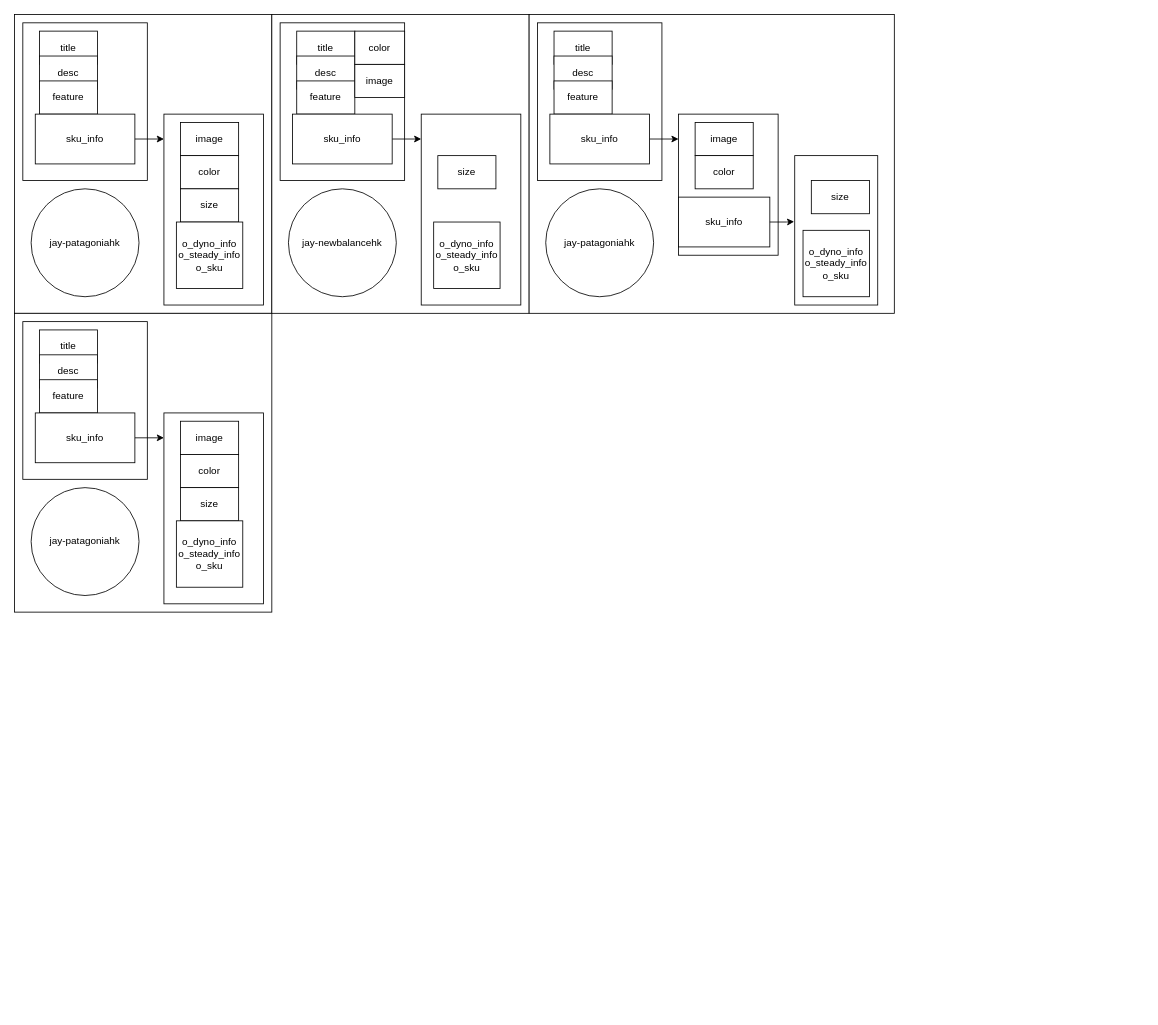
Above: process_custom自动装配树.drawio in MapleJourney/diagram (draw.io), before the change. Source tidied: cells renumbered, new cells numbered last; positions are measured from the earlier drawing's top-left corner, leaving out a move shared by most shapes. Both pictures are drawn from the tidied source at 83%, with x=0, y=0 at pixel (14, 14).
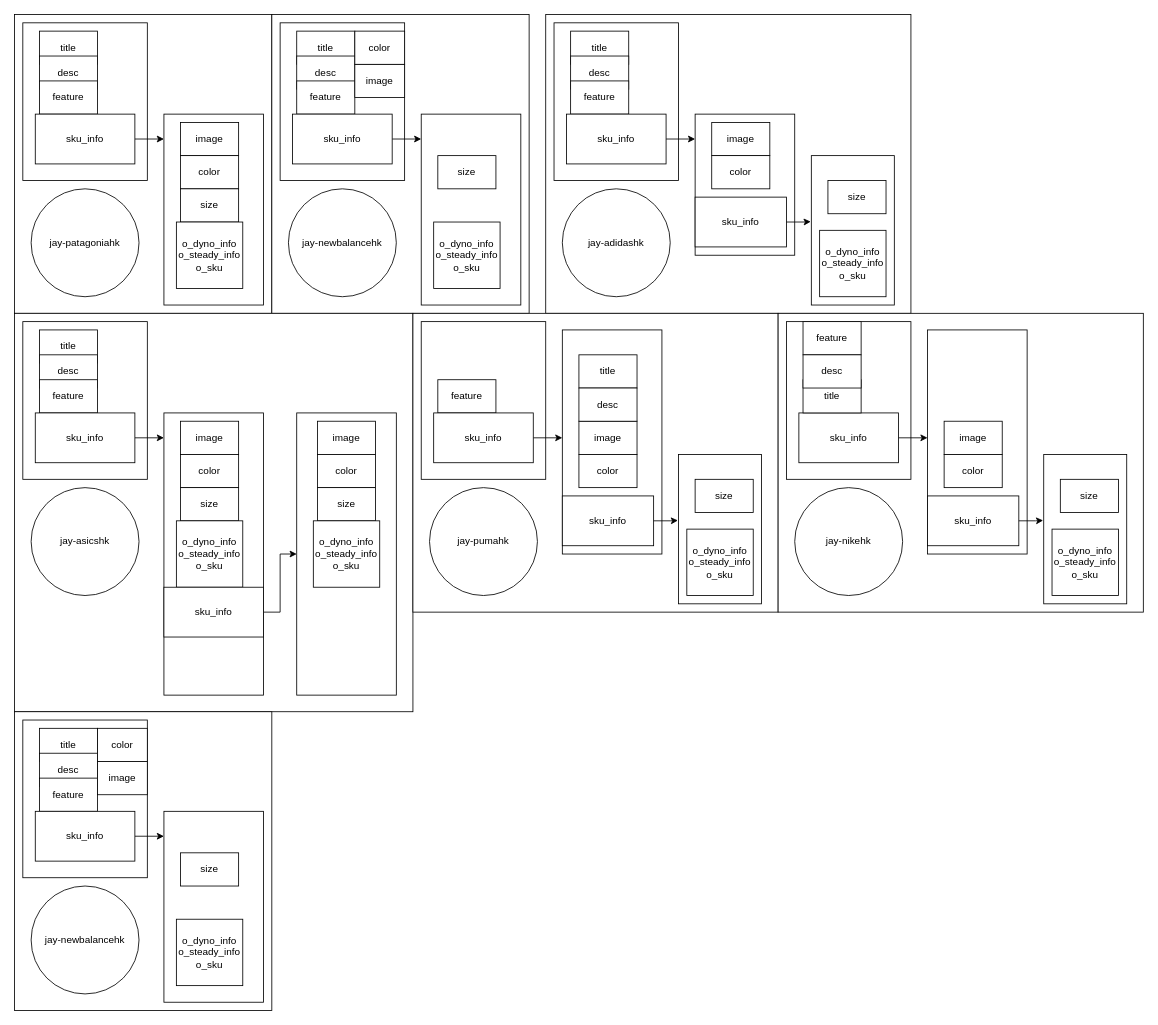
The same diagram, later.

Commit message (it also covers changes not shown here):
更新process_custom自动装配树.drawio

The edit, as a diff of the source:
```diff
@@
     <mxCell id="28" style="rounded=0;whiteSpace=wrap;html=1;" parent="1" vertex="1">
-      <mxGeometry x="620" width="440" height="360" as="geometry" />
+      <mxGeometry x="640" width="440" height="360" as="geometry" />
     </mxCell>
     <mxCell id="29" style="rounded=0;whiteSpace=wrap;html=1;" parent="1" vertex="1">
-      <mxGeometry x="630" y="10" width="150" height="190" as="geometry" />
+      <mxGeometry x="650" y="10" width="150" height="190" as="geometry" />
     </mxCell>
     <mxCell id="30" value="title" style="rounded=0;whiteSpace=wrap;html=1;" parent="1" vertex="1">
-      <mxGeometry x="650" y="20" width="70" height="40" as="geometry" />
+      <mxGeometry x="670" y="20" width="70" height="40" as="geometry" />
     </mxCell>
     <mxCell id="31" value="desc" style="rounded=0;whiteSpace=wrap;html=1;" parent="1" vertex="1">
-      <mxGeometry x="650" y="50" width="70" height="40" as="geometry" />
+      <mxGeometry x="670" y="50" width="70" height="40" as="geometry" />
     </mxCell>
     <mxCell id="32" value="feature" style="rounded=0;whiteSpace=wrap;html=1;" parent="1" vertex="1">
-      <mxGeometry x="650" y="80" width="70" height="40" as="geometry" />
+      <mxGeometry x="670" y="80" width="70" height="40" as="geometry" />
     </mxCell>
     <mxCell id="33" style="edgeStyle=orthogonalEdgeStyle;rounded=0;jettySize=auto;html=1;exitX=1;exitY=0.5;exitDx=0;exitDy=0;" parent="1" edge="1" source="34">
       <mxGeometry relative="1" as="geometry">
-        <mxPoint x="800" y="149.8" as="targetPoint" />
+        <mxPoint x="820" y="149.8" as="targetPoint" />
       </mxGeometry>
     </mxCell>
     <mxCell id="34" value="sku_info" style="rounded=0;whiteSpace=wrap;html=1;" parent="1" vertex="1">
-      <mxGeometry x="645" y="120" width="120" height="60" as="geometry" />
+      <mxGeometry x="665" y="120" width="120" height="60" as="geometry" />
     </mxCell>
     <mxCell id="35" style="rounded=0;whiteSpace=wrap;html=1;" parent="1" vertex="1">
-      <mxGeometry x="800" y="120" width="120" height="170" as="geometry" />
+      <mxGeometry x="820" y="120" width="120" height="170" as="geometry" />
     </mxCell>
     <mxCell id="36" value="image" style="rounded=0;whiteSpace=wrap;html=1;" parent="1" vertex="1">
-      <mxGeometry x="820" y="130" width="70" height="40" as="geometry" />
+      <mxGeometry x="840" y="130" width="70" height="40" as="geometry" />
     </mxCell>
     <mxCell id="37" value="color" style="rounded=0;whiteSpace=wrap;html=1;" parent="1" vertex="1">
-      <mxGeometry x="820" y="170" width="70" height="40" as="geometry" />
+      <mxGeometry x="840" y="170" width="70" height="40" as="geometry" />
     </mxCell>
-    <mxCell id="38" value="jay-patagoniahk" style="ellipse;whiteSpace=wrap;html=1;" parent="1" vertex="1">
-      <mxGeometry x="640" y="210" width="130" height="130" as="geometry" />
+    <mxCell id="38" value="jay-adidashk" style="ellipse;whiteSpace=wrap;html=1;" parent="1" vertex="1">
+      <mxGeometry x="660" y="210" width="130" height="130" as="geometry" />
     </mxCell>
     <mxCell id="39" style="rounded=0;whiteSpace=wrap;html=1;" parent="1" vertex="1">
-      <mxGeometry y="360" width="310" height="360" as="geometry" />
+      <mxGeometry y="360" width="480" height="480" as="geometry" />
     </mxCell>
@@
     <mxCell id="46" style="rounded=0;whiteSpace=wrap;html=1;" parent="1" vertex="1">
-      <mxGeometry x="180" y="480" width="120" height="230" as="geometry" />
+      <mxGeometry x="180" y="480" width="120" height="340" as="geometry" />
     </mxCell>
@@
     <mxCell id="49" style="rounded=0;whiteSpace=wrap;html=1;" parent="1" vertex="1">
-      <mxGeometry x="940" y="170" width="100" height="180" as="geometry" />
+      <mxGeometry x="960" y="170" width="100" height="180" as="geometry" />
     </mxCell>
@@
-    <mxCell id="52" value="jay-patagoniahk" style="ellipse;whiteSpace=wrap;html=1;" parent="1" vertex="1">
+    <mxCell id="52" value="jay-asicshk" style="ellipse;whiteSpace=wrap;html=1;" parent="1" vertex="1">
       <mxGeometry x="20" y="570" width="130" height="130" as="geometry" />
     </mxCell>
     <mxCell id="53" value="sku_info" style="rounded=0;whiteSpace=wrap;html=1;" parent="1" vertex="1">
-      <mxGeometry x="800" y="220" width="110" height="60" as="geometry" />
+      <mxGeometry x="820" y="220" width="110" height="60" as="geometry" />
     </mxCell>
     <mxCell id="54" value="size" style="rounded=0;whiteSpace=wrap;html=1;" parent="1" vertex="1">
-      <mxGeometry x="960" y="200" width="70" height="40" as="geometry" />
+      <mxGeometry x="980" y="200" width="70" height="40" as="geometry" />
     </mxCell>
     <mxCell id="55" value="o_dyno_info&lt;br&gt;o_steady_info&lt;br&gt;o_sku" style="rounded=0;whiteSpace=wrap;html=1;" parent="1" vertex="1">
-      <mxGeometry x="950" y="260" width="80" height="80" as="geometry" />
+      <mxGeometry x="970" y="260" width="80" height="80" as="geometry" />
     </mxCell>
@@
+    <mxCell id="57" style="edgeStyle=orthogonalEdgeStyle;rounded=0;jettySize=auto;html=1;" parent="1" edge="1" source="58" target="59">
+      <mxGeometry relative="1" as="geometry" />
+    </mxCell>
+    <mxCell id="58" value="sku_info" style="rounded=0;whiteSpace=wrap;html=1;" parent="1" vertex="1">
+      <mxGeometry x="180" y="690" width="120" height="60" as="geometry" />
+    </mxCell>
+    <mxCell id="59" style="rounded=0;whiteSpace=wrap;html=1;" parent="1" vertex="1">
+      <mxGeometry x="340" y="480" width="120" height="340" as="geometry" />
+    </mxCell>
+    <mxCell id="60" value="image" style="rounded=0;whiteSpace=wrap;html=1;" parent="1" vertex="1">
+      <mxGeometry x="365" y="490" width="70" height="40" as="geometry" />
+    </mxCell>
+    <mxCell id="61" value="color" style="rounded=0;whiteSpace=wrap;html=1;" parent="1" vertex="1">
+      <mxGeometry x="365" y="530" width="70" height="40" as="geometry" />
+    </mxCell>
+    <mxCell id="62" value="size" style="rounded=0;whiteSpace=wrap;html=1;" parent="1" vertex="1">
+      <mxGeometry x="365" y="570" width="70" height="40" as="geometry" />
+    </mxCell>
+    <mxCell id="63" value="o_dyno_info&lt;br&gt;o_steady_info&lt;br&gt;o_sku" style="rounded=0;whiteSpace=wrap;html=1;" parent="1" vertex="1">
+      <mxGeometry x="360" y="610" width="80" height="80" as="geometry" />
+    </mxCell>
+    <mxCell id="64" style="rounded=0;whiteSpace=wrap;html=1;" parent="1" vertex="1">
+      <mxGeometry x="480" y="360" width="440" height="360" as="geometry" />
+    </mxCell>
+    <mxCell id="65" style="rounded=0;whiteSpace=wrap;html=1;" parent="1" vertex="1">
+      <mxGeometry x="490" y="370" width="150" height="190" as="geometry" />
+    </mxCell>
+    <mxCell id="66" value="feature" style="rounded=0;whiteSpace=wrap;html=1;" parent="1" vertex="1">
+      <mxGeometry x="510" y="440" width="70" height="40" as="geometry" />
+    </mxCell>
+    <mxCell id="67" style="edgeStyle=orthogonalEdgeStyle;rounded=0;jettySize=auto;html=1;exitX=1;exitY=0.5;exitDx=0;exitDy=0;" parent="1" edge="1" source="68">
+      <mxGeometry relative="1" as="geometry">
+        <mxPoint x="660" y="509.8" as="targetPoint" />
+      </mxGeometry>
+    </mxCell>
+    <mxCell id="68" value="sku_info" style="rounded=0;whiteSpace=wrap;html=1;" parent="1" vertex="1">
+      <mxGeometry x="505" y="480" width="120" height="60" as="geometry" />
+    </mxCell>
+    <mxCell id="69" style="rounded=0;whiteSpace=wrap;html=1;" parent="1" vertex="1">
+      <mxGeometry x="660" y="380" width="120" height="270" as="geometry" />
+    </mxCell>
+    <mxCell id="70" value="image" style="rounded=0;whiteSpace=wrap;html=1;" parent="1" vertex="1">
+      <mxGeometry x="680" y="490" width="70" height="40" as="geometry" />
+    </mxCell>
+    <mxCell id="71" value="color" style="rounded=0;whiteSpace=wrap;html=1;" parent="1" vertex="1">
+      <mxGeometry x="680" y="530" width="70" height="40" as="geometry" />
+    </mxCell>
+    <mxCell id="72" value="jay-pumahk" style="ellipse;whiteSpace=wrap;html=1;" parent="1" vertex="1">
+      <mxGeometry x="500" y="570" width="130" height="130" as="geometry" />
+    </mxCell>
+    <mxCell id="73" style="rounded=0;whiteSpace=wrap;html=1;" parent="1" vertex="1">
+      <mxGeometry x="800" y="530" width="100" height="180" as="geometry" />
+    </mxCell>
+    <mxCell id="74" value="sku_info" style="rounded=0;whiteSpace=wrap;html=1;" parent="1" vertex="1">
+      <mxGeometry x="660" y="580" width="110" height="60" as="geometry" />
+    </mxCell>
+    <mxCell id="75" value="size" style="rounded=0;whiteSpace=wrap;html=1;" parent="1" vertex="1">
+      <mxGeometry x="820" y="560" width="70" height="40" as="geometry" />
+    </mxCell>
+    <mxCell id="76" value="o_dyno_info&lt;br&gt;o_steady_info&lt;br&gt;o_sku" style="rounded=0;whiteSpace=wrap;html=1;" parent="1" vertex="1">
+      <mxGeometry x="810" y="620" width="80" height="80" as="geometry" />
+    </mxCell>
+    <mxCell id="77" style="edgeStyle=orthogonalEdgeStyle;rounded=0;jettySize=auto;html=1;entryX=-0.007;entryY=0.442;entryDx=0;entryDy=0;entryPerimeter=0;" parent="1" edge="1" source="74" target="73">
+      <mxGeometry relative="1" as="geometry" />
+    </mxCell>
+    <mxCell id="78" value="title" style="rounded=0;whiteSpace=wrap;html=1;" parent="1" vertex="1">
+      <mxGeometry x="680" y="410" width="70" height="40" as="geometry" />
+    </mxCell>
+    <mxCell id="79" value="desc" style="rounded=0;whiteSpace=wrap;html=1;" parent="1" vertex="1">
+      <mxGeometry x="680" y="450" width="70" height="40" as="geometry" />
+    </mxCell>
+    <mxCell id="80" style="rounded=0;whiteSpace=wrap;html=1;" parent="1" vertex="1">
+      <mxGeometry x="920" y="360" width="440" height="360" as="geometry" />
+    </mxCell>
+    <mxCell id="81" style="rounded=0;whiteSpace=wrap;html=1;" parent="1" vertex="1">
+      <mxGeometry x="930" y="370" width="150" height="190" as="geometry" />
+    </mxCell>
+    <mxCell id="82" value="feature" style="rounded=0;whiteSpace=wrap;html=1;" parent="1" vertex="1">
+      <mxGeometry x="950" y="370" width="70" height="40" as="geometry" />
+    </mxCell>
+    <mxCell id="83" style="edgeStyle=orthogonalEdgeStyle;rounded=0;jettySize=auto;html=1;exitX=1;exitY=0.5;exitDx=0;exitDy=0;" parent="1" edge="1" source="84">
+      <mxGeometry relative="1" as="geometry">
+        <mxPoint x="1100" y="509.8" as="targetPoint" />
+      </mxGeometry>
+    </mxCell>
+    <mxCell id="84" value="sku_info" style="rounded=0;whiteSpace=wrap;html=1;" parent="1" vertex="1">
+      <mxGeometry x="945" y="480" width="120" height="60" as="geometry" />
+    </mxCell>
+    <mxCell id="85" style="rounded=0;whiteSpace=wrap;html=1;" parent="1" vertex="1">
+      <mxGeometry x="1100" y="380" width="120" height="270" as="geometry" />
+    </mxCell>
+    <mxCell id="86" value="image" style="rounded=0;whiteSpace=wrap;html=1;" parent="1" vertex="1">
+      <mxGeometry x="1120" y="490" width="70" height="40" as="geometry" />
+    </mxCell>
+    <mxCell id="87" value="color" style="rounded=0;whiteSpace=wrap;html=1;" parent="1" vertex="1">
+      <mxGeometry x="1120" y="530" width="70" height="40" as="geometry" />
+    </mxCell>
+    <mxCell id="88" value="jay-nikehk" style="ellipse;whiteSpace=wrap;html=1;" parent="1" vertex="1">
+      <mxGeometry x="940" y="570" width="130" height="130" as="geometry" />
+    </mxCell>
+    <mxCell id="89" style="rounded=0;whiteSpace=wrap;html=1;" parent="1" vertex="1">
+      <mxGeometry x="1240" y="530" width="100" height="180" as="geometry" />
+    </mxCell>
+    <mxCell id="90" value="sku_info" style="rounded=0;whiteSpace=wrap;html=1;" parent="1" vertex="1">
+      <mxGeometry x="1100" y="580" width="110" height="60" as="geometry" />
+    </mxCell>
+    <mxCell id="91" value="size" style="rounded=0;whiteSpace=wrap;html=1;" parent="1" vertex="1">
+      <mxGeometry x="1260" y="560" width="70" height="40" as="geometry" />
+    </mxCell>
+    <mxCell id="92" value="o_dyno_info&lt;br&gt;o_steady_info&lt;br&gt;o_sku" style="rounded=0;whiteSpace=wrap;html=1;" parent="1" vertex="1">
+      <mxGeometry x="1250" y="620" width="80" height="80" as="geometry" />
+    </mxCell>
+    <mxCell id="93" style="edgeStyle=orthogonalEdgeStyle;rounded=0;jettySize=auto;html=1;entryX=-0.007;entryY=0.442;entryDx=0;entryDy=0;entryPerimeter=0;" parent="1" edge="1" source="90" target="89">
+      <mxGeometry relative="1" as="geometry" />
+    </mxCell>
+    <mxCell id="94" value="title" style="rounded=0;whiteSpace=wrap;html=1;" parent="1" vertex="1">
+      <mxGeometry x="950" y="440" width="70" height="40" as="geometry" />
+    </mxCell>
+    <mxCell id="95" value="desc" style="rounded=0;whiteSpace=wrap;html=1;" parent="1" vertex="1">
+      <mxGeometry x="950" y="410" width="70" height="40" as="geometry" />
+    </mxCell>
+    <mxCell id="96" style="rounded=0;whiteSpace=wrap;html=1;" parent="1" vertex="1">
+      <mxGeometry y="840" width="310" height="360" as="geometry" />
+    </mxCell>
+    <mxCell id="97" style="rounded=0;whiteSpace=wrap;html=1;" parent="1" vertex="1">
+      <mxGeometry x="10" y="850" width="150" height="190" as="geometry" />
+    </mxCell>
+    <mxCell id="98" value="title" style="rounded=0;whiteSpace=wrap;html=1;" parent="1" vertex="1">
+      <mxGeometry x="30" y="860" width="70" height="40" as="geometry" />
+    </mxCell>
+    <mxCell id="99" value="desc" style="rounded=0;whiteSpace=wrap;html=1;" parent="1" vertex="1">
+      <mxGeometry x="30" y="890" width="70" height="40" as="geometry" />
+    </mxCell>
+    <mxCell id="100" value="feature" style="rounded=0;whiteSpace=wrap;html=1;" parent="1" vertex="1">
+      <mxGeometry x="30" y="920" width="70" height="40" as="geometry" />
+    </mxCell>
+    <mxCell id="101" style="edgeStyle=orthogonalEdgeStyle;rounded=0;jettySize=auto;html=1;exitX=1;exitY=0.5;exitDx=0;exitDy=0;" parent="1" edge="1" source="102">
+      <mxGeometry relative="1" as="geometry">
+        <mxPoint x="180" y="989.8" as="targetPoint" />
+      </mxGeometry>
+    </mxCell>
+    <mxCell id="102" value="sku_info" style="rounded=0;whiteSpace=wrap;html=1;" parent="1" vertex="1">
+      <mxGeometry x="25" y="960" width="120" height="60" as="geometry" />
+    </mxCell>
+    <mxCell id="103" style="rounded=0;whiteSpace=wrap;html=1;" parent="1" vertex="1">
+      <mxGeometry x="180" y="960" width="120" height="230" as="geometry" />
+    </mxCell>
+    <mxCell id="104" value="image" style="rounded=0;whiteSpace=wrap;html=1;" parent="1" vertex="1">
+      <mxGeometry x="100" y="900" width="60" height="40" as="geometry" />
+    </mxCell>
+    <mxCell id="105" value="color" style="rounded=0;whiteSpace=wrap;html=1;" parent="1" vertex="1">
+      <mxGeometry x="100" y="860" width="60" height="40" as="geometry" />
+    </mxCell>
+    <mxCell id="106" value="size" style="rounded=0;whiteSpace=wrap;html=1;" parent="1" vertex="1">
+      <mxGeometry x="200" y="1010" width="70" height="40" as="geometry" />
+    </mxCell>
+    <mxCell id="107" value="o_dyno_info&lt;br&gt;o_steady_info&lt;br&gt;o_sku" style="rounded=0;whiteSpace=wrap;html=1;" parent="1" vertex="1">
+      <mxGeometry x="195" y="1090" width="80" height="80" as="geometry" />
+    </mxCell>
+    <mxCell id="108" value="jay-newbalancehk" style="ellipse;whiteSpace=wrap;html=1;" parent="1" vertex="1">
+      <mxGeometry x="20" y="1050" width="130" height="130" as="geometry" />
+    </mxCell>
```
